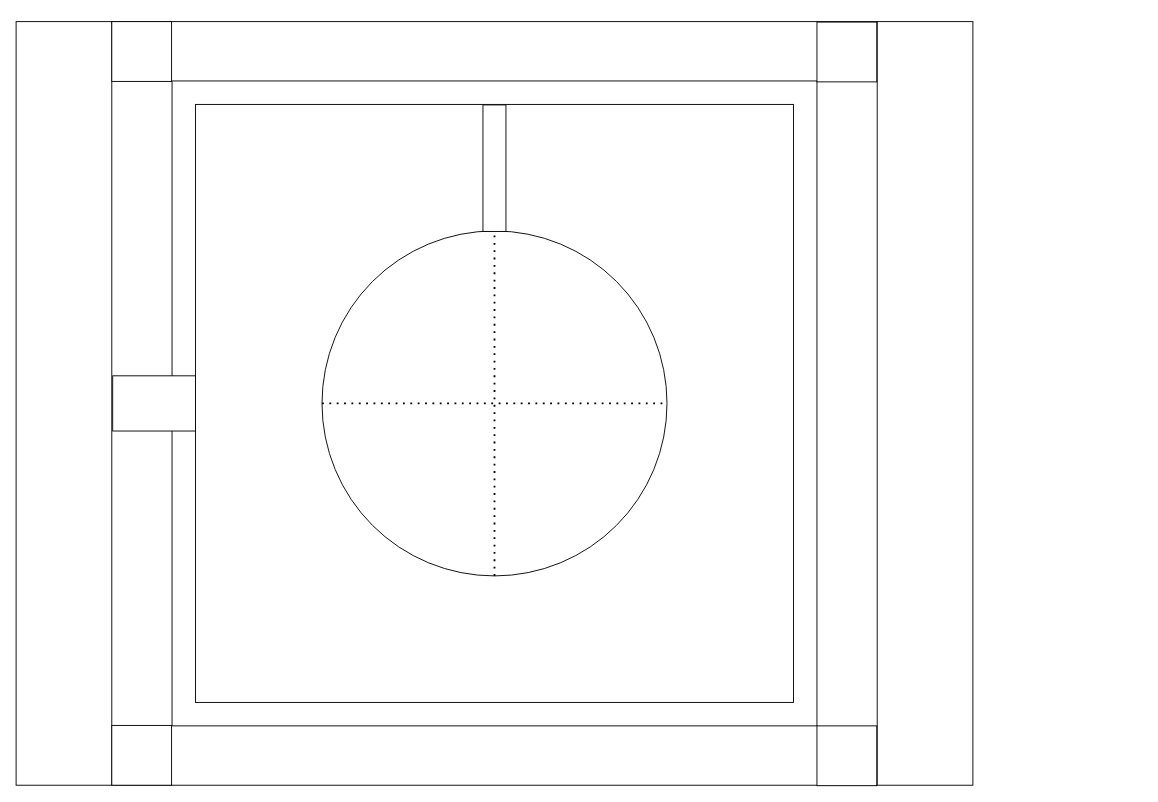
Above: Untitled Diagram.drawio in rajdeepshaw/git-sandbox (draw.io), before the change. Source tidied: cells renumbered, new cells numbered last; positions are measured from the earlier drawing's top-left corner, leaving out a move shared by most shapes. Both pictures are drawn from the tidied source at 92%, with x=0, y=0 at pixel (16, 21).
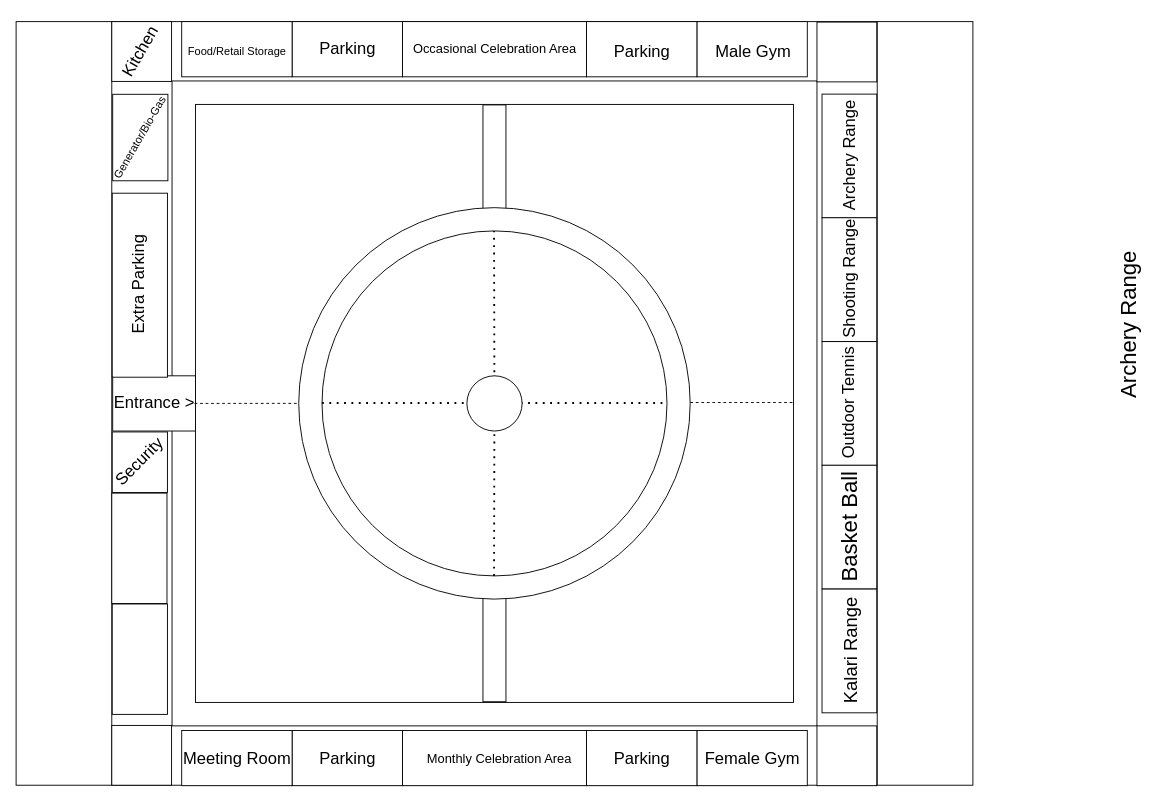
After the change.

The change refers to these unchanged cells:
```xml
<mxCell id="10" style="ellipse;whiteSpace=wrap;html=1;" parent="1" vertex="1">
  <mxGeometry x="332.5" y="227.5" width="375" height="375" as="geometry" />
</mxCell>
```

Diff of the diagram source:
```diff
@@
+    <mxCell id="13" style="rounded=0;whiteSpace=wrap;html=1;rotation=-90;" parent="1" vertex="1">
+      <mxGeometry x="451.2" y="146.8" width="137.5" height="25" as="geometry" />
+    </mxCell>
+    <mxCell id="14" style="rounded=0;whiteSpace=wrap;html=1;rotation=-90;" parent="1" vertex="1">
+      <mxGeometry x="451.2" y="658" width="137.5" height="25" as="geometry" />
+    </mxCell>
+    <mxCell id="15" style="rounded=0;whiteSpace=wrap;html=1;" parent="1" vertex="1">
+      <mxGeometry x="876" y="78.8" width="59.5" height="134.5" as="geometry" />
+    </mxCell>
+    <mxCell id="16" style="rounded=0;whiteSpace=wrap;html=1;" parent="1" vertex="1">
+      <mxGeometry x="876" y="213.2" width="59.5" height="134.5" as="geometry" />
+    </mxCell>
+    <mxCell id="17" style="rounded=0;whiteSpace=wrap;html=1;" parent="1" vertex="1">
+      <mxGeometry x="876" y="347.8" width="59.5" height="134.5" as="geometry" />
+    </mxCell>
+    <mxCell id="18" style="rounded=0;whiteSpace=wrap;html=1;" parent="1" vertex="1">
+      <mxGeometry x="876" y="482.2" width="59.5" height="134.5" as="geometry" />
+    </mxCell>
+    <mxCell id="19" style="rounded=0;whiteSpace=wrap;html=1;" parent="1" vertex="1">
+      <mxGeometry x="876" y="616.8" width="59.5" height="134.5" as="geometry" />
+    </mxCell>
+    <mxCell id="20" value="&lt;font style=&quot;font-size: 24px&quot;&gt;Basket Ball&lt;/font&gt;" style="text;html=1;align=center;verticalAlign=middle;fillColor=none;strokeColor=none;rounded=0;rotation=-90;" parent="1" vertex="1">
+      <mxGeometry x="836" y="539.5" width="140" height="20" as="geometry" />
+    </mxCell>
+    <mxCell id="21" value="&lt;font style=&quot;font-size: 18px&quot;&gt;Outdoor Tennis&lt;/font&gt;" style="text;html=1;align=center;verticalAlign=middle;fillColor=none;strokeColor=none;rounded=0;rotation=-90;" parent="1" vertex="1">
+      <mxGeometry x="835.8" y="405" width="140" height="20" as="geometry" />
+    </mxCell>
+    <mxCell id="22" value="&lt;span style=&quot;font-size: 24px&quot;&gt;Archery Range&lt;/span&gt;" style="text;html=1;align=center;verticalAlign=middle;fillColor=none;strokeColor=none;rounded=0;rotation=-90;" parent="1" vertex="1">
+      <mxGeometry x="1120" y="320" width="180" height="20" as="geometry" />
+    </mxCell>
+    <mxCell id="23" value="&lt;font style=&quot;font-size: 18px&quot;&gt;Archery Range&lt;/font&gt;" style="text;html=1;align=center;verticalAlign=middle;fillColor=none;strokeColor=none;rounded=0;rotation=-90;" parent="1" vertex="1">
+      <mxGeometry x="836" y="136" width="140" height="20" as="geometry" />
+    </mxCell>
+    <mxCell id="24" value="&lt;font style=&quot;font-size: 20px&quot;&gt;Kalari Range&lt;/font&gt;" style="text;html=1;align=center;verticalAlign=middle;fillColor=none;strokeColor=none;rounded=0;rotation=-90;" parent="1" vertex="1">
+      <mxGeometry x="841" y="674" width="130" height="20" as="geometry" />
+    </mxCell>
+    <mxCell id="25" value="&lt;font style=&quot;font-size: 18px&quot;&gt;Shooting Range&lt;/font&gt;" style="text;html=1;align=center;verticalAlign=middle;fillColor=none;strokeColor=none;rounded=0;rotation=-90;" parent="1" vertex="1">
+      <mxGeometry x="836" y="270" width="140" height="20" as="geometry" />
+    </mxCell>
+    <mxCell id="26" style="rounded=0;whiteSpace=wrap;html=1;fontSize=20;" parent="1" vertex="1">
+      <mxGeometry x="420" width="200" height="60" as="geometry" />
+    </mxCell>
+    <mxCell id="27" style="rounded=0;whiteSpace=wrap;html=1;fontSize=20;" parent="1" vertex="1">
+      <mxGeometry x="740" width="120" height="60" as="geometry" />
+    </mxCell>
+    <mxCell id="28" style="rounded=0;whiteSpace=wrap;html=1;fontSize=20;" parent="1" vertex="1">
+      <mxGeometry x="620" width="120" height="60" as="geometry" />
+    </mxCell>
+    <mxCell id="29" style="rounded=0;whiteSpace=wrap;html=1;fontSize=20;" parent="1" vertex="1">
+      <mxGeometry x="300" width="120" height="60" as="geometry" />
+    </mxCell>
+    <mxCell id="30" style="rounded=0;whiteSpace=wrap;html=1;fontSize=20;" parent="1" vertex="1">
+      <mxGeometry x="180" width="120" height="60" as="geometry" />
+    </mxCell>
+    <mxCell id="31" style="rounded=0;whiteSpace=wrap;html=1;fontSize=20;rotation=-90;" parent="1" vertex="1">
+      <mxGeometry x="34.5" y="256.5" width="200" height="60" as="geometry" />
+    </mxCell>
+    <mxCell id="32" style="rounded=0;whiteSpace=wrap;html=1;fontSize=20;" parent="1" vertex="1">
+      <mxGeometry x="420" y="770.5" width="200" height="60" as="geometry" />
+    </mxCell>
+    <mxCell id="33" style="rounded=0;whiteSpace=wrap;html=1;fontSize=20;" parent="1" vertex="1">
+      <mxGeometry x="740" y="770.5" width="120" height="60" as="geometry" />
+    </mxCell>
+    <mxCell id="34" style="rounded=0;whiteSpace=wrap;html=1;fontSize=20;" parent="1" vertex="1">
+      <mxGeometry x="620" y="770.5" width="120" height="60" as="geometry" />
+    </mxCell>
+    <mxCell id="35" style="rounded=0;whiteSpace=wrap;html=1;fontSize=20;" parent="1" vertex="1">
+      <mxGeometry x="300" y="770.5" width="120" height="60" as="geometry" />
+    </mxCell>
+    <mxCell id="36" style="rounded=0;whiteSpace=wrap;html=1;fontSize=20;" parent="1" vertex="1">
+      <mxGeometry x="180" y="770.5" width="120" height="60" as="geometry" />
+    </mxCell>
+    <mxCell id="37" style="rounded=0;whiteSpace=wrap;html=1;fontSize=20;rotation=-90;" parent="1" vertex="1">
+      <mxGeometry x="74.5" y="663" width="120" height="60" as="geometry" />
+    </mxCell>
+    <mxCell id="38" style="rounded=0;whiteSpace=wrap;html=1;fontSize=20;rotation=-90;" parent="1" vertex="1">
+      <mxGeometry x="74" y="542.5" width="120" height="60" as="geometry" />
+    </mxCell>
+    <mxCell id="39" style="rounded=0;whiteSpace=wrap;html=1;fontSize=20;rotation=-90;" parent="1" vertex="1">
+      <mxGeometry x="101.6" y="448.9" width="65.8" height="60" as="geometry" />
+    </mxCell>
+    <mxCell id="40" style="rounded=0;whiteSpace=wrap;html=1;fontSize=20;rotation=-90;" parent="1" vertex="1">
+      <mxGeometry x="88" y="96" width="94" height="60" as="geometry" />
+    </mxCell>
+    <mxCell id="41" value="&lt;font style=&quot;font-size: 18px&quot;&gt;Extra Parking&lt;/font&gt;" style="text;html=1;align=center;verticalAlign=middle;fillColor=none;strokeColor=none;rounded=0;rotation=-90;" parent="1" vertex="1">
+      <mxGeometry x="73.5" y="276.5" width="120" height="20" as="geometry" />
+    </mxCell>
+    <mxCell id="42" value="&lt;span style=&quot;font-size: 18px&quot;&gt;Security&lt;/span&gt;" style="text;html=1;align=center;verticalAlign=middle;fillColor=none;strokeColor=none;rounded=0;rotation=-45;" parent="1" vertex="1">
+      <mxGeometry x="93.5" y="468.9" width="80" height="20" as="geometry" />
+    </mxCell>
+    <mxCell id="43" value="&lt;font style=&quot;font-size: 12px&quot;&gt;Generator/Bio-Gas&lt;/font&gt;" style="text;html=1;align=center;verticalAlign=middle;fillColor=none;strokeColor=none;rounded=0;rotation=-60;" parent="1" vertex="1">
+      <mxGeometry x="74.5" y="117" width="120" height="20" as="geometry" />
+    </mxCell>
+    <mxCell id="44" value="&lt;font style=&quot;font-size: 18px&quot;&gt;Kitchen&lt;/font&gt;" style="text;html=1;align=center;verticalAlign=middle;fillColor=none;strokeColor=none;rounded=0;rotation=-60;" parent="1" vertex="1">
+      <mxGeometry x="95" y="23" width="80" height="20" as="geometry" />
+    </mxCell>
+    <mxCell id="45" value="&lt;font style=&quot;font-size: 18px&quot;&gt;Entrance &amp;gt;&lt;/font&gt;" style="text;html=1;align=center;verticalAlign=middle;fillColor=none;strokeColor=none;rounded=0;rotation=0;" parent="1" vertex="1">
+      <mxGeometry x="100" y="405" width="100" height="20" as="geometry" />
+    </mxCell>
+    <mxCell id="46" value="&lt;font style=&quot;font-size: 18px&quot;&gt;Parking&lt;/font&gt;" style="text;html=1;align=center;verticalAlign=middle;fillColor=none;strokeColor=none;rounded=0;rotation=0;" parent="1" vertex="1">
+      <mxGeometry x="320" y="20" width="80" height="20" as="geometry" />
+    </mxCell>
+    <mxCell id="47" value="&lt;font style=&quot;font-size: 18px&quot;&gt;Parking&lt;/font&gt;" style="text;html=1;align=center;verticalAlign=middle;fillColor=none;strokeColor=none;rounded=0;rotation=0;" parent="1" vertex="1">
+      <mxGeometry x="640" y="23" width="80" height="20" as="geometry" />
+    </mxCell>
+    <mxCell id="48" value="&lt;font style=&quot;font-size: 18px&quot;&gt;Parking&lt;/font&gt;" style="text;html=1;align=center;verticalAlign=middle;fillColor=none;strokeColor=none;rounded=0;rotation=0;" parent="1" vertex="1">
+      <mxGeometry x="320" y="790.5" width="80" height="20" as="geometry" />
+    </mxCell>
+    <mxCell id="49" style="ellipse;whiteSpace=wrap;html=1;" parent="1" vertex="1">
+      <mxGeometry x="307.2" y="202.2" width="425.5" height="425.5" as="geometry" />
+    </mxCell>
+    <mxCell id="50" value="&lt;font style=&quot;font-size: 18px&quot;&gt;Parking&lt;/font&gt;" style="text;html=1;align=center;verticalAlign=middle;fillColor=none;strokeColor=none;rounded=0;rotation=0;" parent="1" vertex="1">
+      <mxGeometry x="640" y="790.5" width="80" height="20" as="geometry" />
+    </mxCell>
@@
-    <mxCell id="11" style="endArrow=none;dashed=1;html=1;dashPattern=1 3;strokeWidth=2;rounded=0;entryX=0.5;entryY=0;entryDx=0;entryDy=0;exitX=0.5;exitY=1;exitDx=0;exitDy=0;" parent="1" edge="1" source="10" target="10">
-      <mxGeometry relative="1" as="geometry" />
+    <mxCell id="11" style="endArrow=none;dashed=1;html=1;dashPattern=1 3;strokeWidth=2;rounded=0;entryX=0.5;entryY=0;entryDx=0;entryDy=0;exitX=0.5;exitY=1;exitDx=0;exitDy=0;startArrow=none;" parent="1" edge="1" source="54">
+      <mxGeometry relative="1" as="geometry">
+        <mxPoint x="519.5" y="227.5" as="targetPoint" />
+      </mxGeometry>
     </mxCell>
+    <mxCell id="51" style="endArrow=none;dashed=1;html=1;rounded=0;fontSize=18;entryX=0;entryY=0.5;entryDx=0;entryDy=0;" parent="1" edge="1" target="49">
+      <mxGeometry relative="1" as="geometry">
+        <mxPoint x="194" y="415" as="sourcePoint" />
+      </mxGeometry>
+    </mxCell>
+    <mxCell id="52" style="endArrow=none;dashed=1;html=1;rounded=0;fontSize=18;entryX=0;entryY=0.5;entryDx=0;entryDy=0;" parent="1" edge="1">
+      <mxGeometry relative="1" as="geometry">
+        <mxPoint x="732.8" y="414" as="sourcePoint" />
+        <mxPoint x="846" y="414" as="targetPoint" />
+      </mxGeometry>
+    </mxCell>
+    <mxCell id="53" style="endArrow=none;dashed=1;html=1;dashPattern=1 3;strokeWidth=2;rounded=0;entryX=0.5;entryY=0;entryDx=0;entryDy=0;exitX=0.5;exitY=1;exitDx=0;exitDy=0;" parent="1" edge="1" target="54">
+      <mxGeometry relative="1" as="geometry">
+        <mxPoint x="519.5" y="602.5" as="sourcePoint" />
+      </mxGeometry>
+    </mxCell>
-    <mxCell id="12" style="endArrow=none;dashed=1;html=1;dashPattern=1 3;strokeWidth=2;rounded=0;entryX=1;entryY=0.5;entryDx=0;entryDy=0;exitX=0;exitY=0.5;exitDx=0;exitDy=0;" parent="1" edge="1" source="10" target="10">
-      <mxGeometry relative="1" as="geometry" />
+    <mxCell id="12" style="endArrow=none;dashed=1;html=1;dashPattern=1 3;strokeWidth=2;rounded=0;entryX=1;entryY=0.5;entryDx=0;entryDy=0;exitX=0;exitY=0.5;exitDx=0;exitDy=0;" parent="1" edge="1">
+      <mxGeometry relative="1" as="geometry">
+        <mxPoint x="332.5" y="414.5" as="sourcePoint" />
+        <mxPoint x="707.5" y="414.5" as="targetPoint" />
+      </mxGeometry>
     </mxCell>
-    <mxCell id="13" style="rounded=0;whiteSpace=wrap;html=1;rotation=-90;" parent="1" vertex="1">
-      <mxGeometry x="451.2" y="146.8" width="137.5" height="25" as="geometry" />
-    </mxCell>
+    <mxCell id="54" style="ellipse;whiteSpace=wrap;html=1;fontSize=18;" parent="1" vertex="1">
+      <mxGeometry x="490" y="385" width="60" height="60" as="geometry" />
+    </mxCell>
+    <mxCell id="55" value="&lt;font style=&quot;font-size: 14px&quot;&gt;Occasional Celebration Area&lt;/font&gt;" style="text;html=1;align=center;verticalAlign=middle;fillColor=none;strokeColor=none;rounded=0;rotation=0;" parent="1" vertex="1">
+      <mxGeometry x="425" y="20" width="190" height="20" as="geometry" />
+    </mxCell>
+    <mxCell id="56" value="&lt;font style=&quot;font-size: 14px&quot;&gt;Monthly Celebration Area&lt;/font&gt;" style="text;html=1;align=center;verticalAlign=middle;fillColor=none;strokeColor=none;rounded=0;rotation=0;" parent="1" vertex="1">
+      <mxGeometry x="440" y="790.5" width="170" height="20" as="geometry" />
+    </mxCell>
+    <mxCell id="57" value="&lt;font style=&quot;font-size: 18px&quot;&gt;Male Gym&lt;/font&gt;" style="text;html=1;align=center;verticalAlign=middle;fillColor=none;strokeColor=none;rounded=0;rotation=0;" parent="1" vertex="1">
+      <mxGeometry x="751" y="23" width="100" height="20" as="geometry" />
+    </mxCell>
+    <mxCell id="58" value="&lt;font style=&quot;font-size: 18px&quot;&gt;Female Gym&lt;/font&gt;" style="text;html=1;align=center;verticalAlign=middle;fillColor=none;strokeColor=none;rounded=0;rotation=0;" parent="1" vertex="1">
+      <mxGeometry x="740" y="790.5" width="120" height="20" as="geometry" />
+    </mxCell>
+    <mxCell id="59" value="&lt;font style=&quot;font-size: 18px&quot;&gt;Meeting Room&lt;/font&gt;" style="text;html=1;align=center;verticalAlign=middle;fillColor=none;strokeColor=none;rounded=0;rotation=0;" parent="1" vertex="1">
+      <mxGeometry x="175" y="790.5" width="130" height="20" as="geometry" />
+    </mxCell>
+    <mxCell id="60" value="&lt;font style=&quot;font-size: 12px&quot;&gt;Food/Retail Storage&lt;/font&gt;" style="text;html=1;align=center;verticalAlign=middle;fillColor=none;strokeColor=none;rounded=0;rotation=0;" parent="1" vertex="1">
+      <mxGeometry x="180" y="22.5" width="120" height="20" as="geometry" />
+    </mxCell>
```
